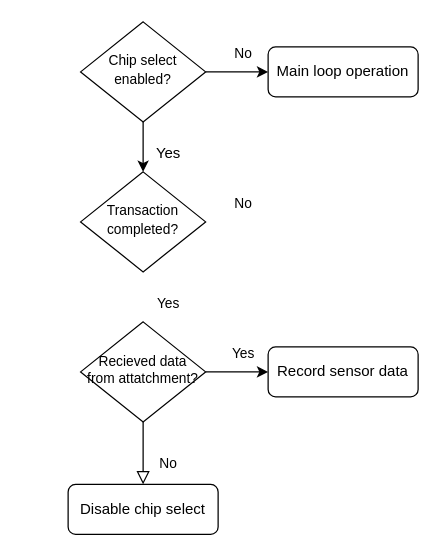
The draw.io diagram test.dio in Kyle-912/HDL, before the edit. Source tidied: cells renumbered, new cells numbered last; positions are measured from the earlier drawing's top-left corner, leaving out a move shared by most shapes. Both pictures are drawn from the tidied source at 125%, with x=0, y=0 at pixel (68, 21).
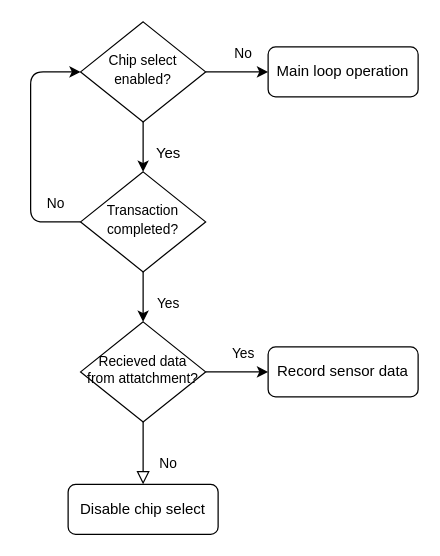
Above is the later version.

The change refers to these unchanged cells:
```xml
<mxCell id="4" value="&lt;font style=&quot;font-size: 11px;&quot;&gt;Chip select enabled?&lt;/font&gt;" style="rhombus;whiteSpace=wrap;html=1;shadow=0;fontFamily=Helvetica;fontSize=12;align=center;strokeWidth=1;spacing=6;spacingTop=-4;" parent="1" vertex="1">
  <mxGeometry x="10" width="100" height="80" as="geometry" />
</mxCell>
<mxCell id="8" value="&lt;p style=&quot;line-height: 110%; font-size: 11px;&quot;&gt;Recieved data from attatchment?&lt;/p&gt;" style="rhombus;whiteSpace=wrap;html=1;shadow=0;fontFamily=Helvetica;fontSize=12;align=center;strokeWidth=1;spacing=6;spacingTop=-4;" parent="1" vertex="1">
  <mxGeometry x="10" y="240" width="100" height="80" as="geometry" />
</mxCell>
<mxCell id="13" value="&lt;font style=&quot;font-size: 11px;&quot;&gt;Transaction completed?&lt;/font&gt;" style="rhombus;whiteSpace=wrap;html=1;shadow=0;fontFamily=Helvetica;fontSize=12;align=center;strokeWidth=1;spacing=6;spacingTop=-4;" parent="1" vertex="1">
  <mxGeometry x="10" y="120" width="100" height="80" as="geometry" />
</mxCell>
```

The edit, as a diff of the source:
```diff
@@
+    <mxCell id="17" style="edgeStyle=none;html=1;exitX=0;exitY=0.5;exitDx=0;exitDy=0;entryX=0;entryY=0.5;entryDx=0;entryDy=0;fontSize=11;" parent="1" edge="1" source="13" target="4">
+      <mxGeometry relative="1" as="geometry">
+        <Array as="points">
+          <mxPoint x="-30" y="160" />
+          <mxPoint x="-30" y="100" />
+          <mxPoint x="-30" y="40" />
+        </Array>
+      </mxGeometry>
+    </mxCell>
+    <mxCell id="18" style="edgeStyle=none;html=1;exitX=0.5;exitY=1;exitDx=0;exitDy=0;entryX=0.5;entryY=0;entryDx=0;entryDy=0;fontSize=11;" parent="1" edge="1" source="13" target="8">
+      <mxGeometry relative="1" as="geometry" />
+    </mxCell>
@@
     <mxCell id="15" value="No" style="text;html=1;align=center;verticalAlign=middle;strokeColor=none;fillColor=none;fontSize=11;" parent="1" vertex="1">
-      <mxGeometry x="120" y="130" width="40" height="30" as="geometry" />
+      <mxGeometry x="-30" y="130" width="40" height="30" as="geometry" />
     </mxCell>
```
